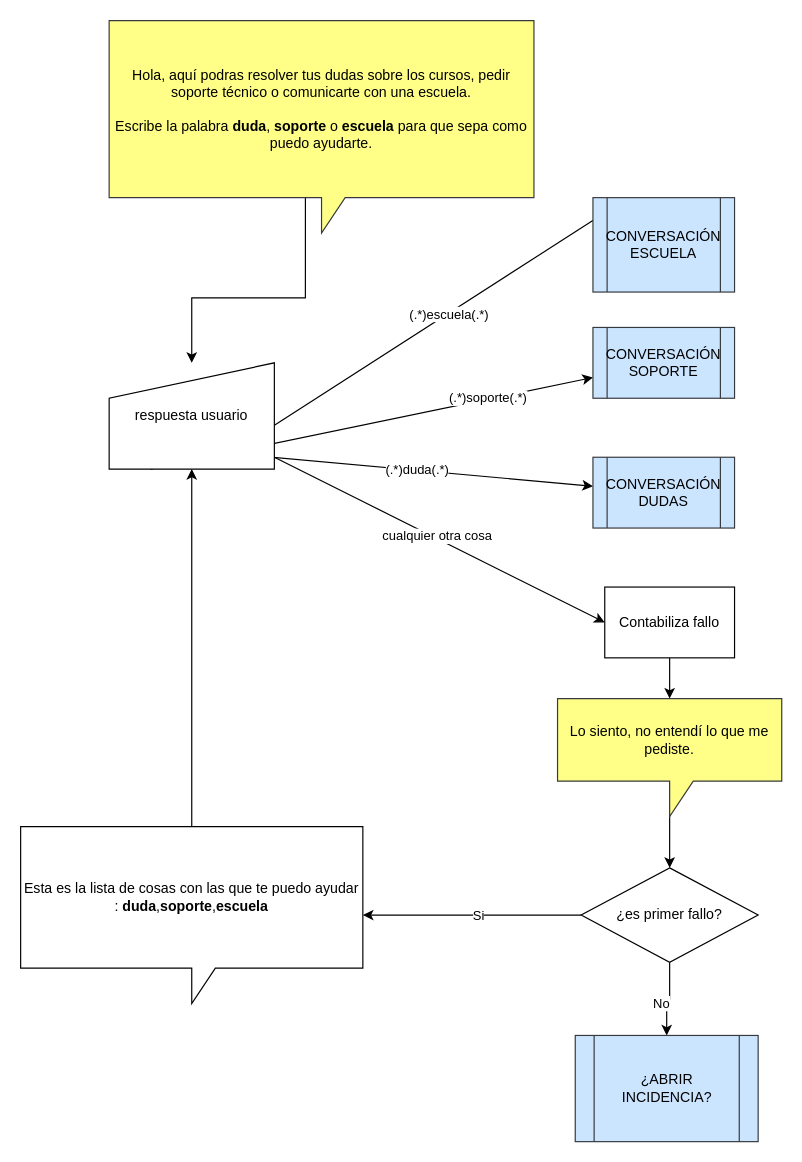
This is page "Inicio" (1 of 4) of chatbotTE.drawio from carlosromero/chatbotworkflowte, a draw.io file, before an edit. Source tidied: cells renumbered, new cells numbered last; positions are measured from the earlier drawing's top-left corner, leaving out a move shared by most shapes. Both pictures are drawn from the tidied source at 118%, with x=0, y=0 at pixel (20, 20).
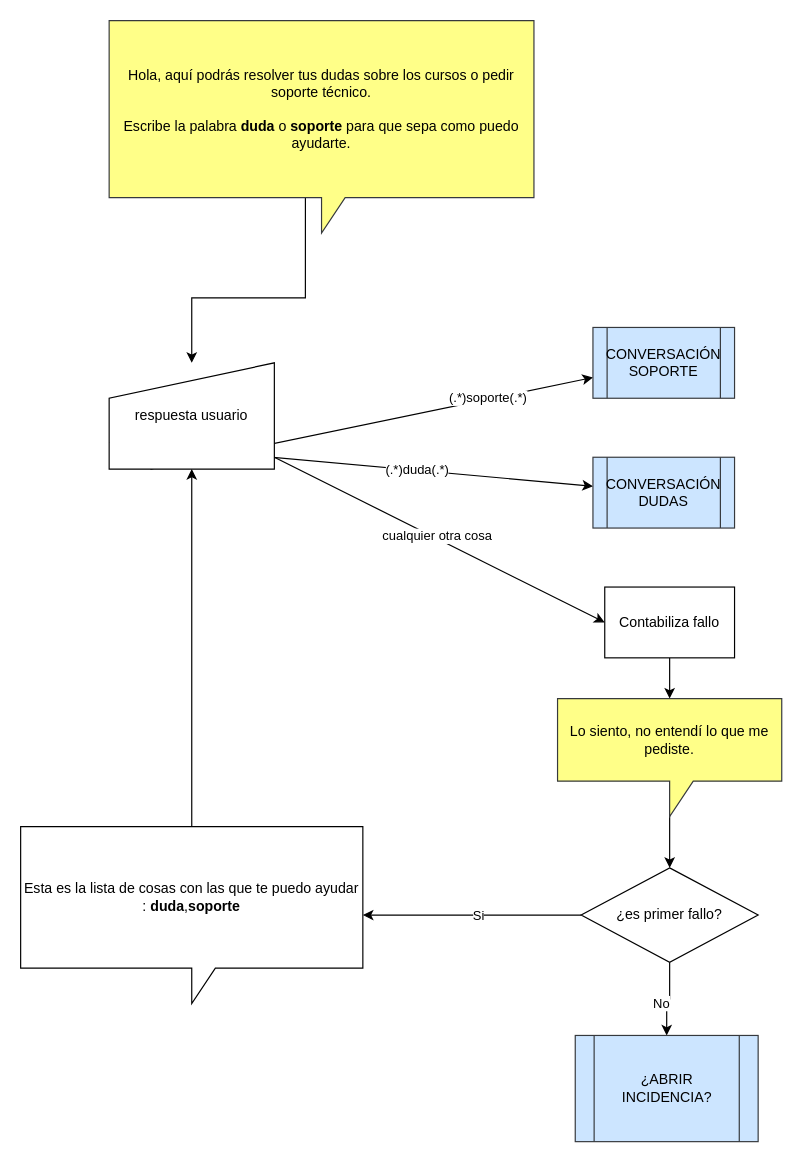
Above is the later version.

Unchanged cells that the change refers to:
```xml
<mxCell id="20" value="respuesta usuario" style="shape=manualInput;whiteSpace=wrap;html=1;" parent="1" vertex="1">
  <mxGeometry x="75" y="290" width="140" height="90" as="geometry" />
</mxCell>
```

Diff of the diagram source:
```diff
@@
-    <mxCell id="3" value="Hola, aquí podras resolver tus dudas sobre los cursos, pedir soporte técnico o comunicarte con una escuela.&lt;br&gt;&lt;br&gt;Escribe la palabra &lt;b&gt;duda&lt;/b&gt;, &lt;b&gt;soporte&lt;/b&gt; o &lt;b&gt;escuela&lt;/b&gt; para que sepa como puedo ayudarte." style="shape=callout;whiteSpace=wrap;html=1;perimeter=calloutPerimeter;fillColor=#ffff88;strokeColor=#36393d;" parent="1" vertex="1">
+    <mxCell id="3" value="Hola, aquí podrás resolver tus dudas sobre los cursos o pedir soporte técnico.&lt;br&gt;&lt;br&gt;Escribe la palabra &lt;b&gt;duda&lt;/b&gt; o &lt;b&gt;soporte&lt;/b&gt; para que sepa como puedo ayudarte." style="shape=callout;whiteSpace=wrap;html=1;perimeter=calloutPerimeter;fillColor=#ffff88;strokeColor=#36393d;" parent="1" vertex="1">
       <mxGeometry x="75" width="360" height="180" as="geometry" />
     </mxCell>
@@
-    <mxCell id="6" style="endArrow=classic;html=1;rounded=0;entryX=0.25;entryY=0;entryDx=0;entryDy=0;exitX=0.958;exitY=0.63;exitDx=0;exitDy=0;exitPerimeter=0;" parent="1" edge="1" source="20" target="23">
-      <mxGeometry relative="1" as="geometry" />
-    </mxCell>
-    <mxCell id="7" value="(.*)escuela(.*)" style="edgeLabel;html=1;align=center;verticalAlign=middle;" parent="6" vertex="1">
-      <mxGeometry relative="1" as="geometry" />
-    </mxCell>
@@
-    <mxCell id="9" value="Esta es la lista de cosas con las que te puedo ayudar : &lt;b&gt;duda&lt;/b&gt;,&lt;b&gt;soporte&lt;/b&gt;,&lt;b&gt;escuela&lt;/b&gt;" style="shape=callout;whiteSpace=wrap;html=1;perimeter=calloutPerimeter;" parent="1" vertex="1">
+    <mxCell id="9" value="Esta es la lista de cosas con las que te puedo ayudar : &lt;b&gt;duda&lt;/b&gt;,&lt;b&gt;soporte&lt;/b&gt;" style="shape=callout;whiteSpace=wrap;html=1;perimeter=calloutPerimeter;" parent="1" vertex="1">
       <mxGeometry y="683" width="290" height="150" as="geometry" />
     </mxCell>
@@
-    <mxCell id="23" value="&lt;div&gt;CONVERSACIÓN&lt;/div&gt;&lt;div&gt;ESCUELA&lt;/div&gt;" style="shape=process;whiteSpace=wrap;html=1;backgroundOutline=1;fillColor=#cce5ff;strokeColor=#36393d;" parent="1" vertex="1">
-      <mxGeometry x="485" y="150" width="120" height="80" as="geometry" />
-    </mxCell>
```
